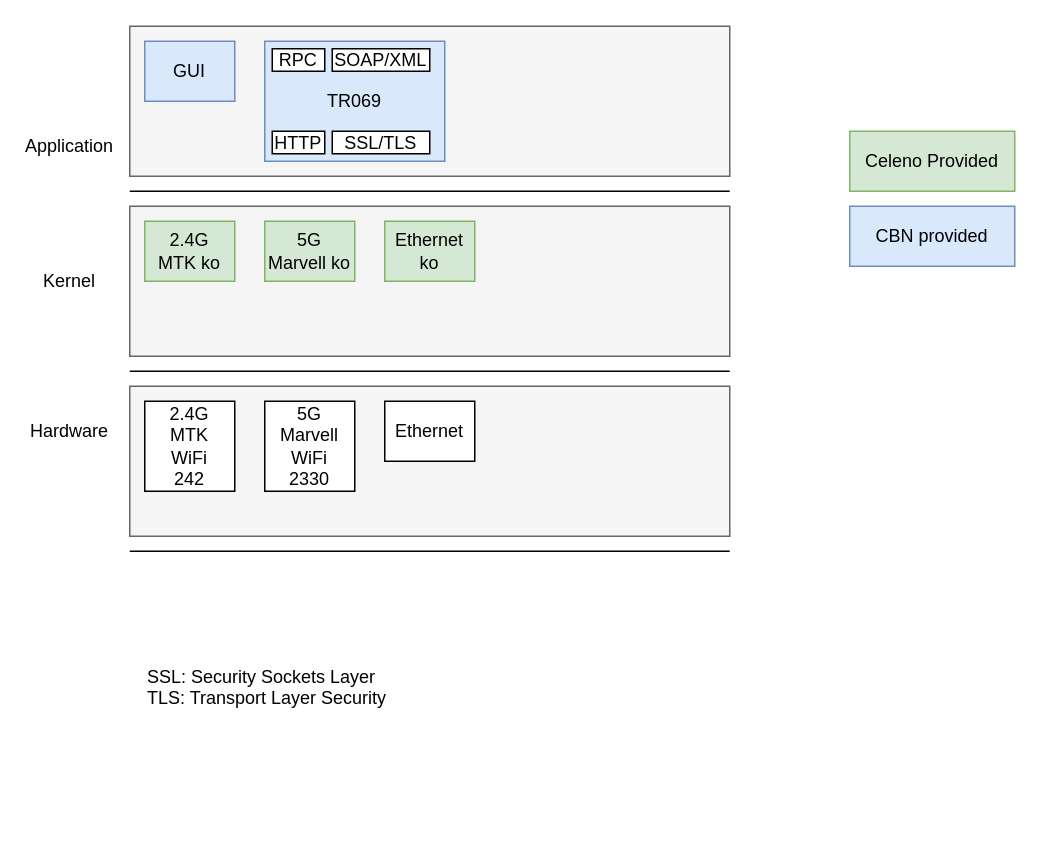
This is page "Software Architecture" (1 of 2) of AP7465CE.drawio from nelsonchung/drawio, a draw.io file, before an edit. Source tidied: cells renumbered, new cells numbered last; positions are measured from the earlier drawing's top-left corner, leaving out a move shared by most shapes. Both pictures are drawn from the tidied source at 150%, with x=0, y=0 at pixel (39, 26).
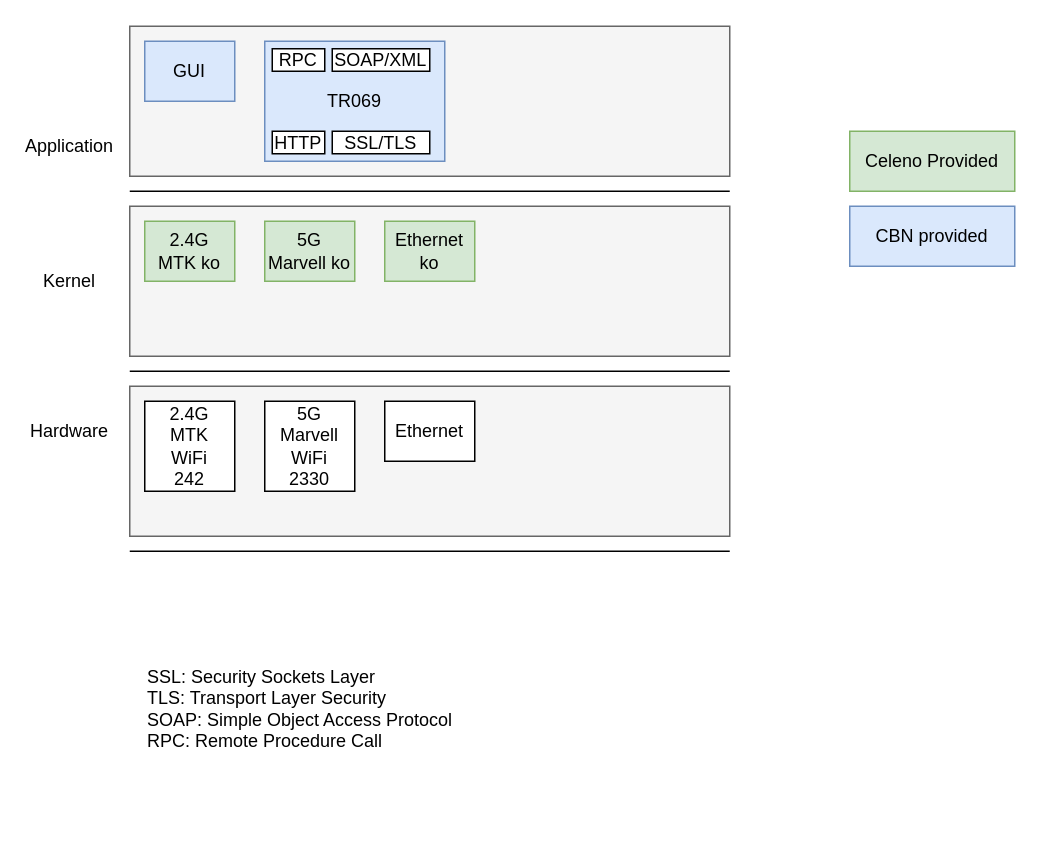
Above is the later version.

Commit message:
[AP7465CE] 增加TR069的註冊流程

Diff of the diagram source:
```diff
@@
-    <mxCell id="25" value="SSL: Security Sockets Layer&lt;br&gt;TLS: Transport Layer Security" style="text;html=1;strokeColor=none;fillColor=none;align=left;verticalAlign=top;whiteSpace=wrap;rounded=0;" parent="1" vertex="1">
+    <mxCell id="25" value="SSL: Security Sockets Layer&lt;br&gt;TLS: Transport Layer Security&lt;br&gt;SOAP: Simple Object Access Protocol&lt;br&gt;RPC: Remote Procedure Call" style="text;html=1;strokeColor=none;fillColor=none;align=left;verticalAlign=top;whiteSpace=wrap;rounded=0;" parent="1" vertex="1">
       <mxGeometry x="70" y="420" width="320" height="120" as="geometry" />
     </mxCell>
```
